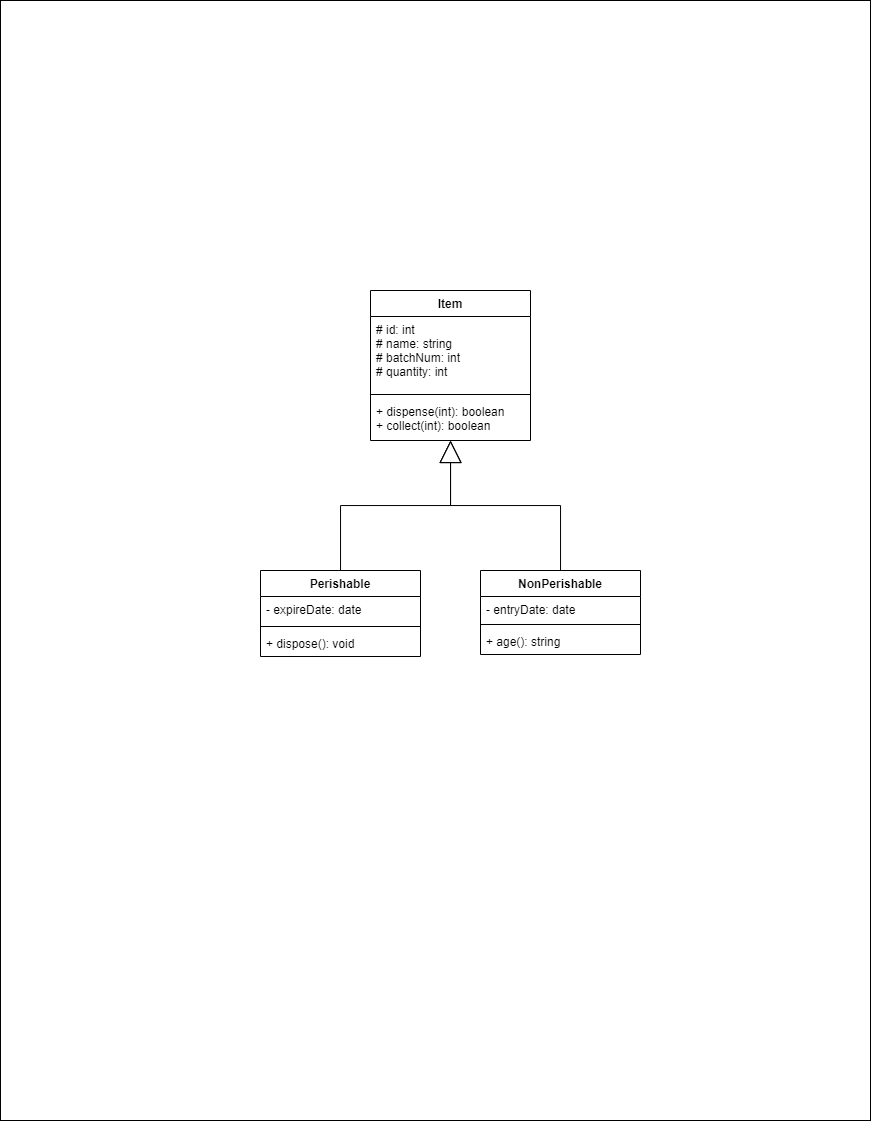
Jemikemi/Inventory-Sys-SENG-302 keeps this draw.io diagram as Diagrams/class-item.drawio.png. Above is the earlier version. Source tidied: cells renumbered, new cells last; positions are measured from the earlier drawing's top-left corner, leaving out a move shared by most shapes.
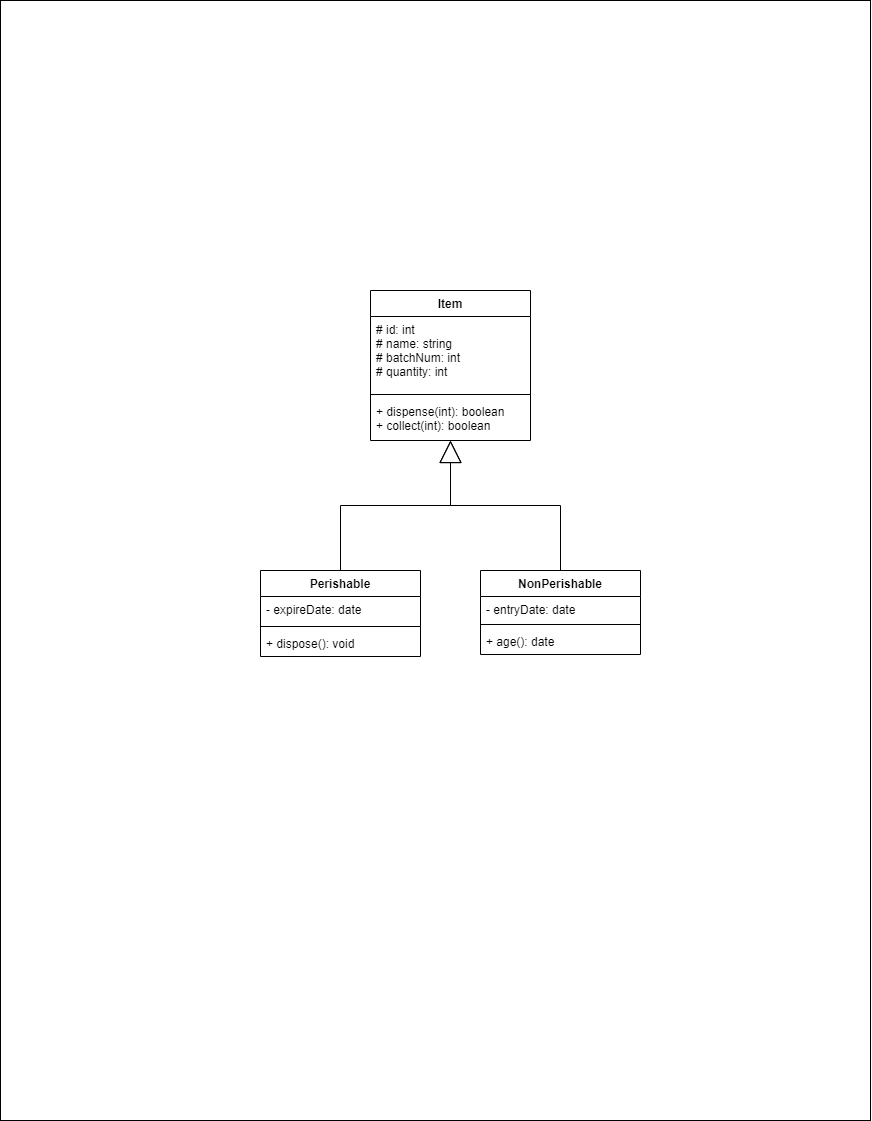
After the change.

Commit message:
changed age from string to date

The edit, as a diff of the source:
```diff
@@ -44,7 +44,7 @@
     <mxCell id="15" style="line;strokeWidth=1;fillColor=none;align=left;verticalAlign=middle;spacingTop=-1;spacingLeft=3;spacingRight=3;labelPosition=right;" parent="13" vertex="1">
       <mxGeometry y="50" width="160" height="8" as="geometry" />
     </mxCell>
-    <mxCell id="16" value="+ age(): string" style="text;strokeColor=none;fillColor=none;align=left;verticalAlign=top;spacingLeft=4;spacingRight=4;overflow=hidden;" parent="13" vertex="1">
+    <mxCell id="16" value="+ age(): date" style="text;strokeColor=none;fillColor=none;align=left;verticalAlign=top;spacingLeft=4;spacingRight=4;overflow=hidden;" parent="13" vertex="1">
       <mxGeometry y="58" width="160" height="26" as="geometry" />
     </mxCell>
   </root>
```
